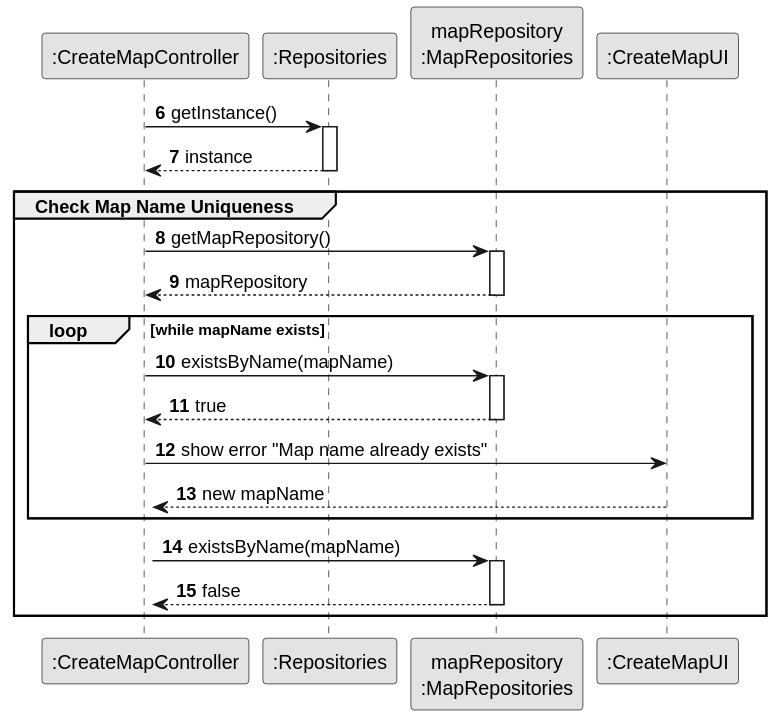
The PlantUML diagram docs/sprint3/us001/03.design/svg/us001-sd-partial-check-name-uniqueness.svg in ivasduarte/all-aboard, before a commit.
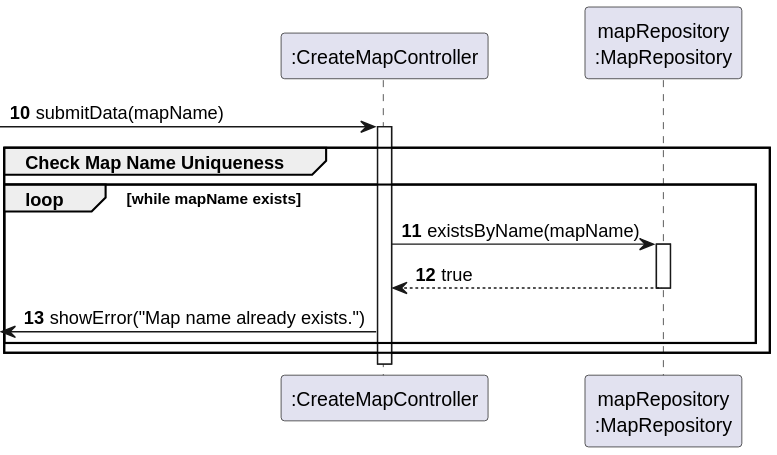
The same diagram one commit later.

Diff of the diagram source:
```diff
@@ -1,42 +1,19 @@
 @startuml
-skinparam monochrome true
-skinparam packageStyle rectangle
-skinparam shadowing false
-
-autonumber 6
+autonumber 10
 
 participant ":CreateMapController" as ctrl
-participant ":Repositories" as reps
-participant "mapRepository\n:MapRepositories" as repo
-participant ":CreateMapUI" as UI
+participant "mapRepository\n:MapRepository" as repo
 
-ctrl -> reps : getInstance()
-activate reps
-reps --> ctrl : instance
-deactivate reps
+-> ctrl: submitData(mapName)
+activate ctrl
 
 group Check Map Name Uniqueness
-    ctrl -> repo : getMapRepository()
-    activate repo
-    repo --> ctrl : mapRepository
-    deactivate repo
-
     loop while mapName exists
-      ctrl -> repo : existsByName(mapName)
-      activate repo
-      repo --> ctrl : true
-      deactivate repo
-
-      ctrl -> UI : show error "Map name already exists"
-      deactivate ctrl
-
-      UI --> ctrl : new mapName
-      activate ctrl
+        ctrl -> repo : existsByName(mapName)
+        activate repo
+        repo --> ctrl : true
+        deactivate repo
+        <- ctrl: showError("Map name already exists.")
     end
-
-    ctrl -> repo : existsByName(mapName)
-    activate repo
-    repo --> ctrl : false
-    deactivate repo
 end
 @enduml
```
